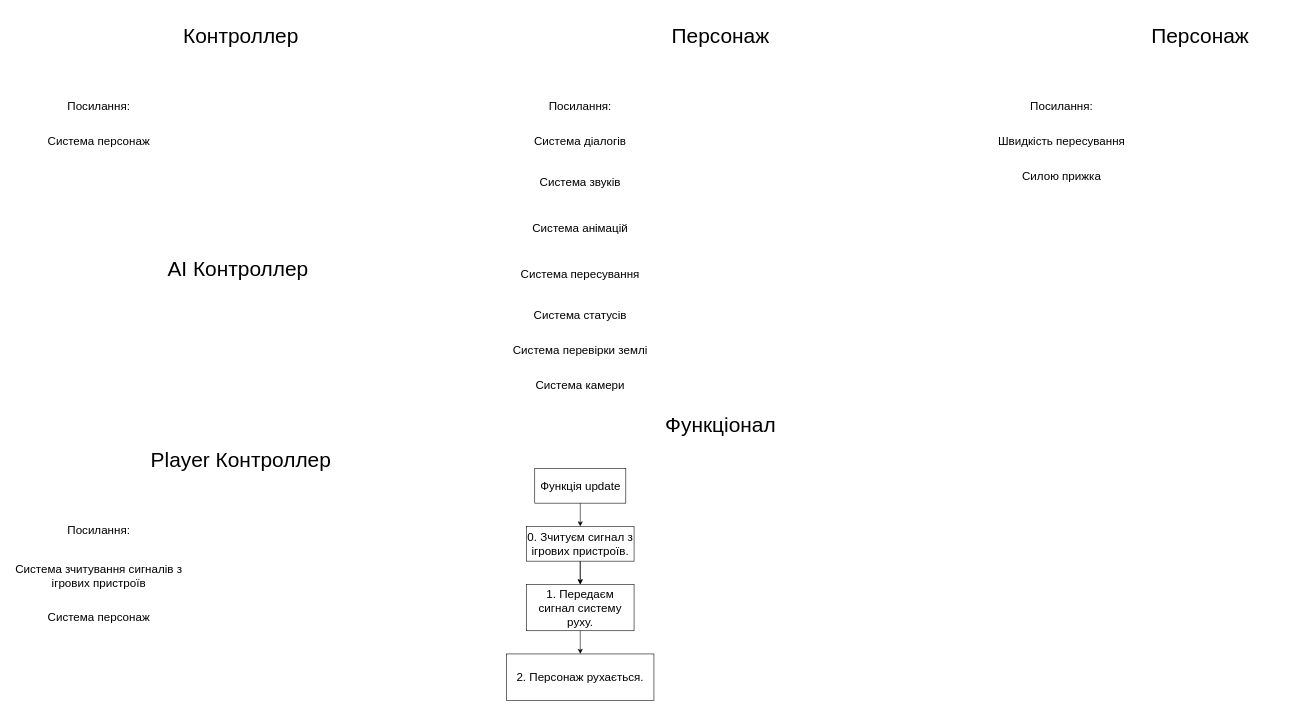
Pelmen-hub/My-final-project keeps this draw.io diagram as page "Опис систем" (3 of 3) of Assets/Дизайн документ.drawio. Above is the earlier version. Source tidied: cells renumbered, new cells numbered last; positions are measured from the earlier drawing's top-left corner, leaving out a move shared by most shapes. Both pictures are drawn from the tidied source at 58%, with x=0, y=0 at pixel (10, 10).
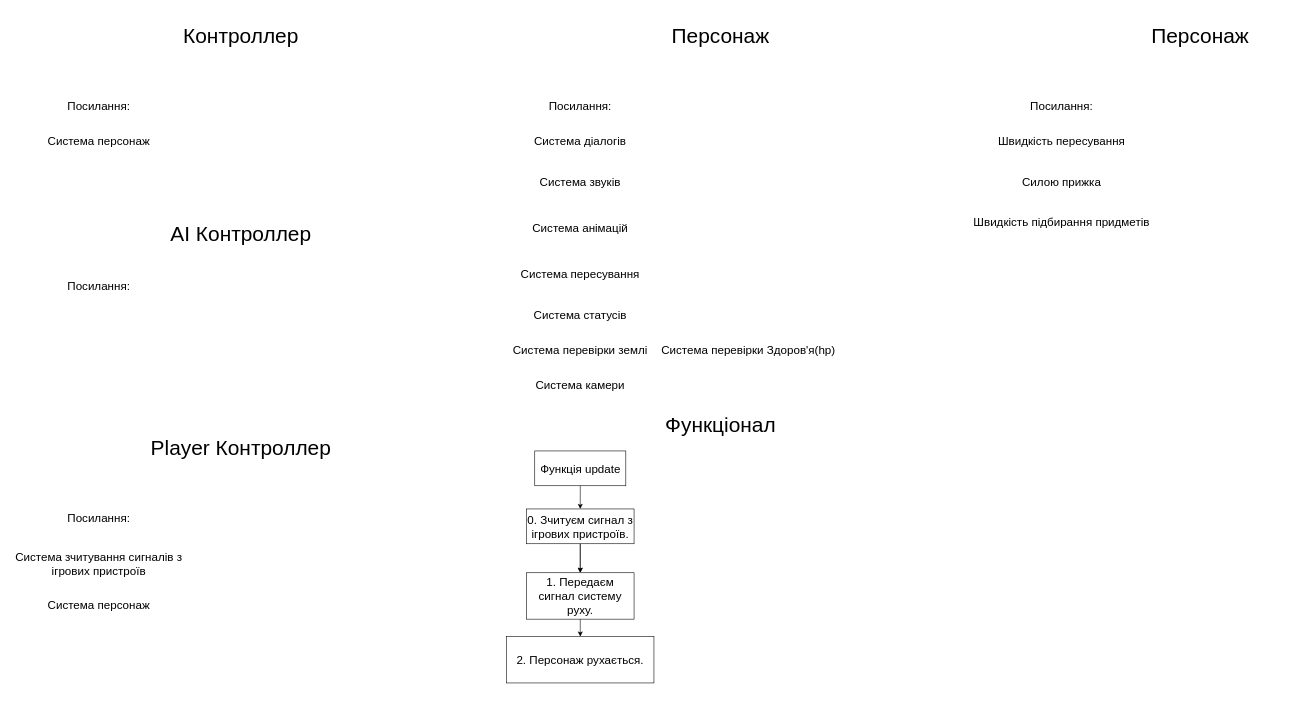
After the change.

Diff of the diagram source:
```diff
@@
     <mxCell id="14" value="&lt;span style=&quot;font-size: 36px;&quot;&gt;АІ Контроллер&lt;/span&gt;" style="text;html=1;strokeColor=none;fillColor=none;align=center;verticalAlign=middle;whiteSpace=wrap;rounded=0;" parent="1" vertex="1">
-      <mxGeometry x="240" y="400" width="306" height="90" as="geometry" />
+      <mxGeometry x="245" y="340" width="306" height="90" as="geometry" />
     </mxCell>
     <mxCell id="15" value="&lt;span style=&quot;font-size: 36px;&quot;&gt;Player Контроллер&lt;/span&gt;" style="text;html=1;strokeColor=none;fillColor=none;align=center;verticalAlign=middle;whiteSpace=wrap;rounded=0;" parent="1" vertex="1">
-      <mxGeometry x="238" y="730" width="320" height="90" as="geometry" />
+      <mxGeometry x="238" y="710" width="320" height="90" as="geometry" />
     </mxCell>
     <mxCell id="16" value="&lt;font style=&quot;font-size: 20px;&quot;&gt;Система зчитування сигналів з ігрових пристроїв&lt;/font&gt;" style="text;html=1;strokeColor=none;fillColor=none;align=center;verticalAlign=middle;whiteSpace=wrap;rounded=0;" parent="1" vertex="1">
-      <mxGeometry y="930" width="306" height="90" as="geometry" />
+      <mxGeometry y="910" width="306" height="90" as="geometry" />
     </mxCell>
     <mxCell id="17" value="&lt;font style=&quot;font-size: 20px;&quot;&gt;Посилання:&lt;/font&gt;" style="text;html=1;strokeColor=none;fillColor=none;align=center;verticalAlign=middle;whiteSpace=wrap;rounded=0;" parent="1" vertex="1">
-      <mxGeometry y="850" width="306" height="90" as="geometry" />
+      <mxGeometry y="830" width="306" height="90" as="geometry" />
     </mxCell>
     <mxCell id="18" value="&lt;font style=&quot;font-size: 20px;&quot;&gt;Система персонаж&lt;/font&gt;" style="text;html=1;strokeColor=none;fillColor=none;align=center;verticalAlign=middle;whiteSpace=wrap;rounded=0;" parent="1" vertex="1">
-      <mxGeometry y="1000" width="306" height="90" as="geometry" />
+      <mxGeometry y="980" width="306" height="90" as="geometry" />
     </mxCell>
     <mxCell id="19" value="Функція update" style="rounded=0;whiteSpace=wrap;html=1;fontSize=20;" parent="1" vertex="1">
-      <mxGeometry x="904.5" y="790" width="157" height="60" as="geometry" />
+      <mxGeometry x="904.5" y="760" width="157" height="60" as="geometry" />
     </mxCell>
@@
     <mxCell id="21" value="0. Зчитуєм сигнал з ігрових пристроїв." style="rounded=0;whiteSpace=wrap;html=1;fontSize=20;" parent="1" vertex="1">
-      <mxGeometry x="890.2" y="890" width="185.5" height="60" as="geometry" />
+      <mxGeometry x="890.2" y="860" width="185.5" height="60" as="geometry" />
     </mxCell>
@@
     <mxCell id="23" value="1. Передаєм сигнал систему руху." style="rounded=0;whiteSpace=wrap;html=1;fontSize=20;" parent="1" vertex="1">
-      <mxGeometry x="890.2" y="990" width="185.5" height="80" as="geometry" />
+      <mxGeometry x="890.2" y="970" width="185.5" height="80" as="geometry" />
     </mxCell>
@@
     <mxCell id="25" value="2. Персонаж рухається." style="rounded=0;whiteSpace=wrap;html=1;fontSize=20;" parent="1" vertex="1">
-      <mxGeometry x="856" y="1110" width="254" height="80" as="geometry" />
+      <mxGeometry x="856" y="1080" width="254" height="80" as="geometry" />
     </mxCell>
@@
     <mxCell id="31" value="&lt;span style=&quot;font-size: 20px;&quot;&gt;Силою прижка&lt;/span&gt;" style="text;html=1;strokeColor=none;fillColor=none;align=center;verticalAlign=middle;whiteSpace=wrap;rounded=0;" parent="1" vertex="1">
-      <mxGeometry x="1660" y="240" width="306" height="90" as="geometry" />
+      <mxGeometry x="1660" y="250" width="306" height="90" as="geometry" />
     </mxCell>
+    <mxCell id="32" value="&lt;span style=&quot;font-size: 20px;&quot;&gt;Швидкість підбирання придметів&lt;/span&gt;" style="text;html=1;strokeColor=none;fillColor=none;align=center;verticalAlign=middle;whiteSpace=wrap;rounded=0;" parent="1" vertex="1">
+      <mxGeometry x="1660" y="320" width="306" height="90" as="geometry" />
+    </mxCell>
+    <mxCell id="33" value="&lt;font style=&quot;font-size: 20px;&quot;&gt;Посилання:&lt;/font&gt;" style="text;html=1;strokeColor=none;fillColor=none;align=center;verticalAlign=middle;whiteSpace=wrap;rounded=0;" parent="1" vertex="1">
+      <mxGeometry y="430" width="306" height="90" as="geometry" />
+    </mxCell>
+    <mxCell id="34" value="&lt;font style=&quot;font-size: 20px;&quot;&gt;Система перевірки Здоров'я(hp)&lt;/font&gt;" style="text;html=1;strokeColor=none;fillColor=none;align=center;verticalAlign=middle;whiteSpace=wrap;rounded=0;" parent="1" vertex="1">
+      <mxGeometry x="1120" y="540" width="306" height="90" as="geometry" />
+    </mxCell>
```
